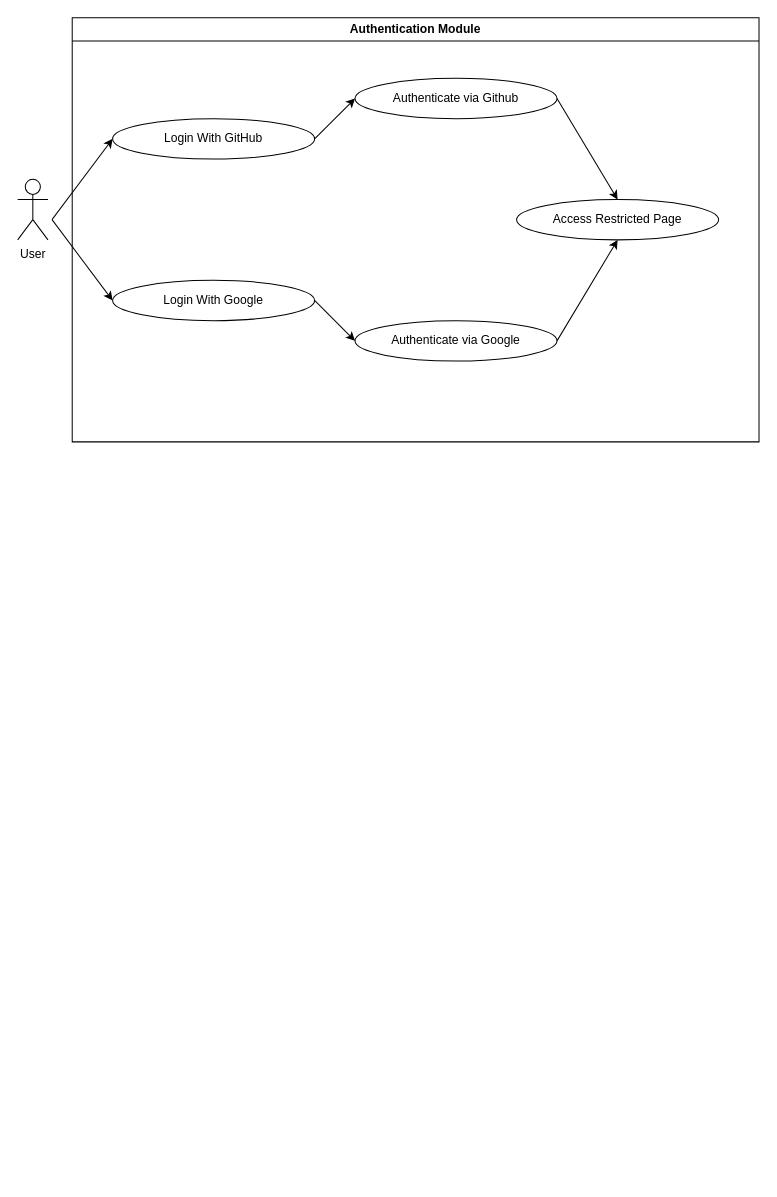
Above: Untitled Diagram.drawio in Harshul1484/BMP- (draw.io), before the change. Source tidied: cells renumbered, new cells numbered last; positions are measured from the earlier drawing's top-left corner, leaving out a move shared by most shapes. Both pictures are drawn from the tidied source at 101%, with x=0, y=0 at pixel (17, 17).
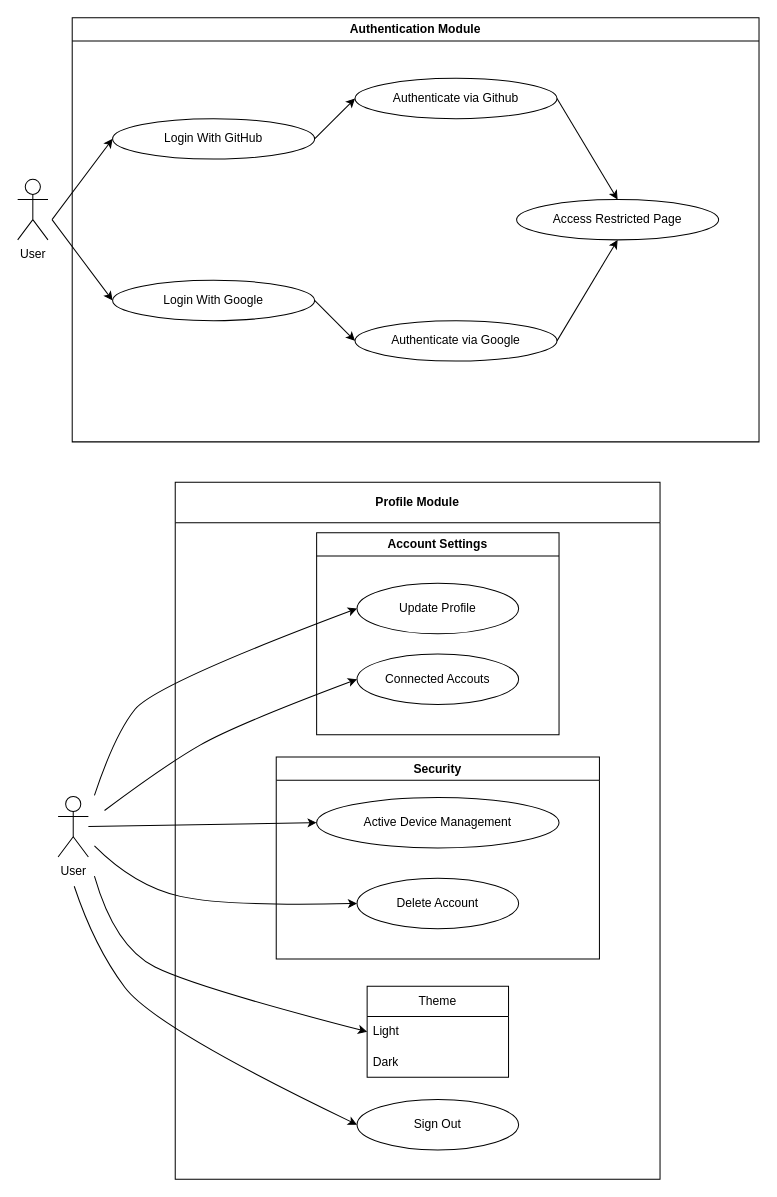
The same diagram, later.

Diff of the diagram source:
```diff
@@
+    <mxCell id="15" value="Profile Module" style="swimlane;whiteSpace=wrap;html=1;startSize=40;" parent="1" vertex="1">
+      <mxGeometry x="156" y="460" width="480" height="690" as="geometry" />
+    </mxCell>
+    <mxCell id="16" value="Account Settings" style="swimlane;whiteSpace=wrap;html=1;" parent="15" vertex="1">
+      <mxGeometry x="140" y="50" width="240" height="200" as="geometry" />
+    </mxCell>
+    <mxCell id="17" value="Update Profile" style="ellipse;whiteSpace=wrap;html=1;" parent="16" vertex="1">
+      <mxGeometry x="40" y="50" width="160" height="50" as="geometry" />
+    </mxCell>
+    <mxCell id="18" value="Connected Accouts" style="ellipse;whiteSpace=wrap;html=1;" parent="16" vertex="1">
+      <mxGeometry x="40" y="120" width="160" height="50" as="geometry" />
+    </mxCell>
+    <mxCell id="19" value="Security" style="swimlane;whiteSpace=wrap;html=1;" parent="15" vertex="1">
+      <mxGeometry x="100" y="272" width="320" height="200" as="geometry" />
+    </mxCell>
+    <mxCell id="20" value="Active Device Management" style="ellipse;whiteSpace=wrap;html=1;" parent="19" vertex="1">
+      <mxGeometry x="40" y="40" width="240" height="50" as="geometry" />
+    </mxCell>
+    <mxCell id="21" value="Delete Account" style="ellipse;whiteSpace=wrap;html=1;" parent="19" vertex="1">
+      <mxGeometry x="80" y="120" width="160" height="50" as="geometry" />
+    </mxCell>
+    <mxCell id="22" value="Sign Out" style="ellipse;whiteSpace=wrap;html=1;" parent="15" vertex="1">
+      <mxGeometry x="180" y="611" width="160" height="50" as="geometry" />
+    </mxCell>
+    <mxCell id="23" value="Theme" style="swimlane;fontStyle=0;horizontal=1;startSize=30;whiteSpace=wrap;html=1;" parent="15" vertex="1">
+      <mxGeometry x="190" y="499" width="140" height="90" as="geometry" />
+    </mxCell>
+    <mxCell id="24" value="Light" style="text;strokeColor=none;fillColor=none;align=left;verticalAlign=middle;spacingLeft=4;spacingRight=4;overflow=hidden;points=[[0,0.5],[1,0.5]];portConstraint=eastwest;whiteSpace=wrap;html=1;" parent="23" vertex="1">
+      <mxGeometry y="30" width="140" height="30" as="geometry" />
+    </mxCell>
+    <mxCell id="25" value="Dark" style="text;strokeColor=none;fillColor=none;align=left;verticalAlign=middle;spacingLeft=4;spacingRight=4;overflow=hidden;whiteSpace=wrap;html=1;" parent="23" vertex="1">
+      <mxGeometry y="60" width="140" height="30" as="geometry" />
+    </mxCell>
+    <mxCell id="26" style="curved=1;endArrow=classic;html=1;rounded=0;entryX=0;entryY=0.5;entryDx=0;entryDy=0;" parent="15" edge="1" target="18">
+      <mxGeometry relative="1" as="geometry">
+        <mxPoint x="-70" y="325" as="sourcePoint" />
+        <Array as="points">
+          <mxPoint x="-10" y="280" />
+          <mxPoint x="60" y="240" />
+        </Array>
+      </mxGeometry>
+    </mxCell>
+    <mxCell id="27" style="curved=1;endArrow=classic;html=1;rounded=0;entryX=0;entryY=0.5;entryDx=0;entryDy=0;" parent="15" edge="1" target="21">
+      <mxGeometry relative="1" as="geometry">
+        <mxPoint x="-80" y="360" as="sourcePoint" />
+        <Array as="points">
+          <mxPoint x="-40" y="400" />
+          <mxPoint x="50" y="420" />
+        </Array>
+      </mxGeometry>
+    </mxCell>
+    <mxCell id="28" style="curved=1;endArrow=classic;html=1;rounded=0;entryX=0;entryY=0.5;entryDx=0;entryDy=0;" parent="15" edge="1" target="24">
+      <mxGeometry relative="1" as="geometry">
+        <mxPoint x="-80" y="390" as="sourcePoint" />
+        <Array as="points">
+          <mxPoint x="-60" y="460" />
+          <mxPoint x="20" y="500" />
+        </Array>
+      </mxGeometry>
+    </mxCell>
+    <mxCell id="29" style="curved=1;endArrow=classic;html=1;rounded=0;entryX=0;entryY=0.5;entryDx=0;entryDy=0;" parent="15" edge="1" target="22">
+      <mxGeometry relative="1" as="geometry">
+        <mxPoint x="-100" y="400" as="sourcePoint" />
+        <Array as="points">
+          <mxPoint x="-80" y="460" />
+          <mxPoint x="-20" y="540" />
+        </Array>
+      </mxGeometry>
+    </mxCell>
+    <mxCell id="30" value="User" style="shape=umlActor;verticalLabelPosition=bottom;verticalAlign=top;html=1;outlineConnect=0;" parent="1" vertex="1">
+      <mxGeometry x="40" y="771" width="30" height="60" as="geometry" />
+    </mxCell>
+    <mxCell id="31" style="endArrow=classic;html=1;rounded=0;entryX=0;entryY=0.5;entryDx=0;entryDy=0;" parent="1" edge="1" source="30" target="20">
+      <mxGeometry relative="1" as="geometry" />
+    </mxCell>
+    <mxCell id="32" style="curved=1;endArrow=classic;html=1;rounded=0;entryX=0;entryY=0.5;entryDx=0;entryDy=0;" parent="1" edge="1" target="17">
+      <mxGeometry relative="1" as="geometry">
+        <mxPoint x="76" y="770" as="sourcePoint" />
+        <Array as="points">
+          <mxPoint x="96" y="710" />
+          <mxPoint x="136" y="660" />
+        </Array>
+      </mxGeometry>
+    </mxCell>
```
